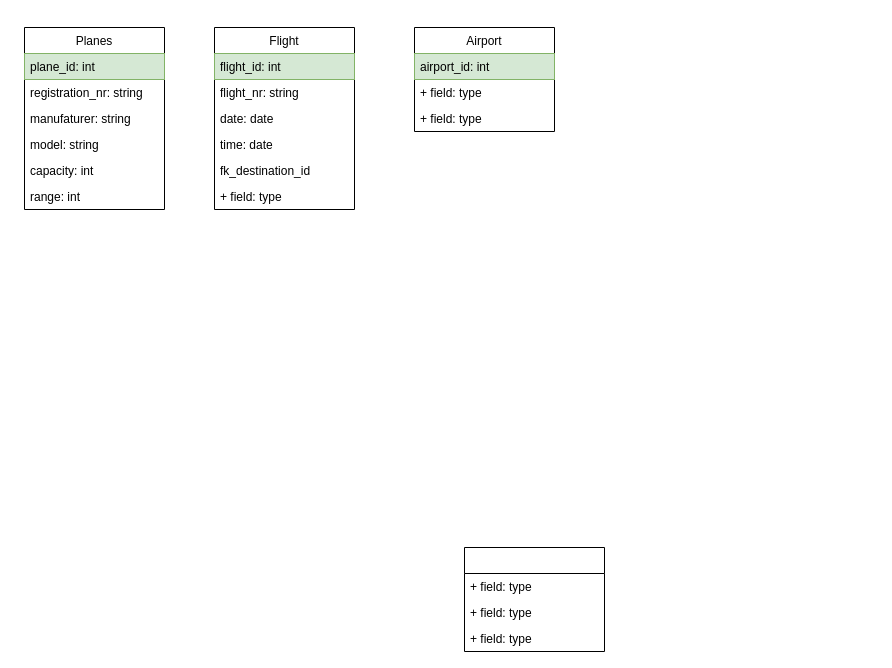
Earlier version of the draw.io diagram airlineCompany_UML.drawio (KatharinaSimma/CF-Database-Day01-Katharina-Christian). Source tidied: cells renumbered, new cells numbered last; positions are measured from the earlier drawing's top-left corner, leaving out a move shared by most shapes. Both pictures are drawn from the tidied source at 100%, with x=0, y=0 at pixel (24, 27).
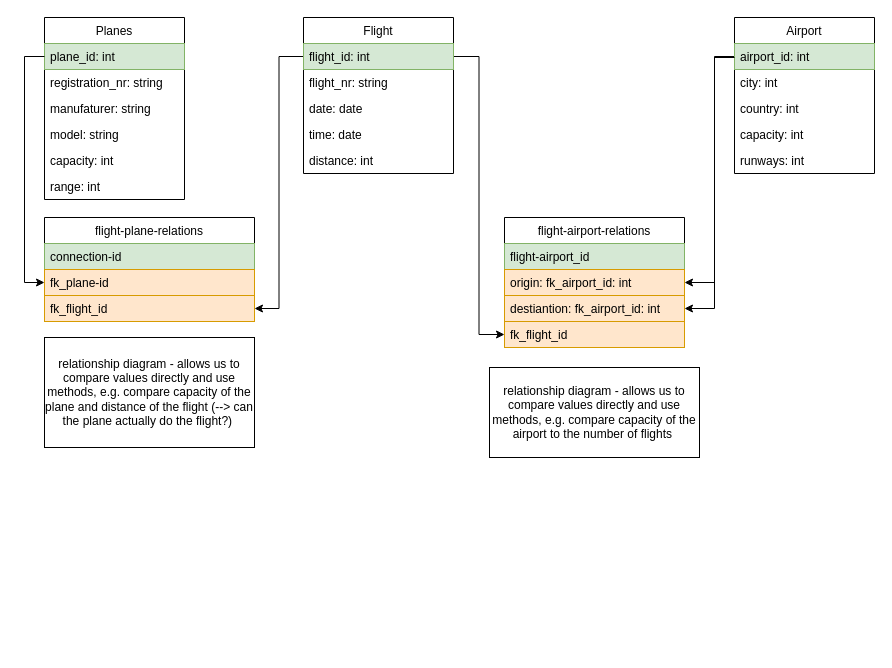
Above is the later version.

Commit message:
finish exercise

Unchanged cells that the change refers to:
```xml
<mxCell id="3" value="plane_id: int" style="text;strokeColor=#82b366;fillColor=#d5e8d4;align=left;verticalAlign=top;spacingLeft=4;spacingRight=4;overflow=hidden;points=[[0,0.5],[1,0.5]];portConstraint=eastwest;" parent="2" vertex="1">
  <mxGeometry y="26" width="140" height="26" as="geometry" />
</mxCell>
```

Diff of the diagram source:
```diff
@@
     <mxCell id="2" value="Planes" style="swimlane;fontStyle=0;horizontal=1;startSize=26;fillColor=none;" parent="1" vertex="1">
-      <mxGeometry width="140" height="182" as="geometry" />
+      <mxGeometry x="20" y="-10" width="140" height="182" as="geometry" />
     </mxCell>
@@
+    <mxCell id="24" style="edgeStyle=orthogonalEdgeStyle;rounded=0;jettySize=auto;html=1;entryX=0;entryY=0.5;entryDx=0;entryDy=0;startArrow=classic;startFill=1;endArrow=none;endFill=0;" parent="1" edge="1" source="18" target="3">
+      <mxGeometry relative="1" as="geometry" />
+    </mxCell>
+    <mxCell id="25" style="edgeStyle=orthogonalEdgeStyle;rounded=0;jettySize=auto;html=1;entryX=0;entryY=0.5;entryDx=0;entryDy=0;startArrow=classic;startFill=1;endArrow=none;endFill=0;" parent="1" edge="1" source="19" target="10">
+      <mxGeometry relative="1" as="geometry" />
+    </mxCell>
+    <mxCell id="26" style="edgeStyle=orthogonalEdgeStyle;rounded=0;jettySize=auto;html=1;entryX=0;entryY=0.5;entryDx=0;entryDy=0;startArrow=classic;startFill=1;endArrow=none;endFill=0;exitX=1;exitY=0.5;exitDx=0;exitDy=0;" parent="1" edge="1" source="31" target="21">
+      <mxGeometry relative="1" as="geometry">
+        <Array as="points">
+          <mxPoint x="690" y="255" />
+          <mxPoint x="690" y="29" />
+        </Array>
+      </mxGeometry>
+    </mxCell>
+    <mxCell id="20" value="Airport" style="swimlane;fontStyle=0;horizontal=1;startSize=26;fillColor=none;" parent="1" vertex="1">
+      <mxGeometry x="710" y="-10" width="140" height="156" as="geometry" />
+    </mxCell>
+    <mxCell id="21" value="airport_id: int" style="text;strokeColor=#82b366;fillColor=#d5e8d4;align=left;verticalAlign=top;spacingLeft=4;spacingRight=4;overflow=hidden;points=[[0,0.5],[1,0.5]];portConstraint=eastwest;" parent="20" vertex="1">
+      <mxGeometry y="26" width="140" height="26" as="geometry" />
+    </mxCell>
+    <mxCell id="22" value="city: int" style="text;strokeColor=none;fillColor=none;align=left;verticalAlign=top;spacingLeft=4;spacingRight=4;overflow=hidden;" parent="20" vertex="1">
+      <mxGeometry y="52" width="140" height="26" as="geometry" />
+    </mxCell>
+    <mxCell id="23" value="country: int" style="text;strokeColor=none;fillColor=none;align=left;verticalAlign=top;spacingLeft=4;spacingRight=4;overflow=hidden;" parent="20" vertex="1">
+      <mxGeometry y="78" width="140" height="26" as="geometry" />
+    </mxCell>
+    <mxCell id="27" value="capacity: int" style="text;strokeColor=none;fillColor=none;align=left;verticalAlign=top;spacingLeft=4;spacingRight=4;overflow=hidden;" parent="20" vertex="1">
+      <mxGeometry y="104" width="140" height="26" as="geometry" />
+    </mxCell>
+    <mxCell id="28" value="runways: int" style="text;strokeColor=none;fillColor=none;align=left;verticalAlign=top;spacingLeft=4;spacingRight=4;overflow=hidden;" parent="20" vertex="1">
+      <mxGeometry y="130" width="140" height="26" as="geometry" />
+    </mxCell>
+    <mxCell id="16" value="flight-plane-relations" style="swimlane;fontStyle=0;horizontal=1;startSize=26;fillColor=none;" parent="1" vertex="1">
+      <mxGeometry x="20" y="190" width="210" height="104" as="geometry" />
+    </mxCell>
+    <mxCell id="17" value="connection-id" style="text;strokeColor=#82b366;fillColor=#d5e8d4;align=left;verticalAlign=top;spacingLeft=4;spacingRight=4;overflow=hidden;" parent="16" vertex="1">
+      <mxGeometry y="26" width="210" height="26" as="geometry" />
+    </mxCell>
+    <mxCell id="18" value="fk_plane-id" style="text;strokeColor=#d79b00;fillColor=#ffe6cc;align=left;verticalAlign=top;spacingLeft=4;spacingRight=4;overflow=hidden;points=[[0,0.5],[1,0.5]];portConstraint=eastwest;" parent="16" vertex="1">
+      <mxGeometry y="52" width="210" height="26" as="geometry" />
+    </mxCell>
+    <mxCell id="19" value="fk_flight_id" style="text;strokeColor=#d79b00;fillColor=#ffe6cc;align=left;verticalAlign=top;spacingLeft=4;spacingRight=4;overflow=hidden;points=[[0,0.5],[1,0.5]];portConstraint=eastwest;" parent="16" vertex="1">
+      <mxGeometry y="78" width="210" height="26" as="geometry" />
+    </mxCell>
+    <mxCell id="29" value="flight-airport-relations" style="swimlane;fontStyle=0;horizontal=1;startSize=26;fillColor=none;" parent="1" vertex="1">
+      <mxGeometry x="480" y="190" width="180" height="130" as="geometry" />
+    </mxCell>
+    <mxCell id="30" value="flight-airport_id" style="text;strokeColor=#82b366;fillColor=#d5e8d4;align=left;verticalAlign=top;spacingLeft=4;spacingRight=4;overflow=hidden;" parent="29" vertex="1">
+      <mxGeometry y="26" width="180" height="26" as="geometry" />
+    </mxCell>
+    <mxCell id="31" value="origin: fk_airport_id: int" style="text;strokeColor=#d79b00;fillColor=#ffe6cc;align=left;verticalAlign=top;spacingLeft=4;spacingRight=4;overflow=hidden;points=[[0,0.5],[1,0.5]];portConstraint=eastwest;" parent="29" vertex="1">
+      <mxGeometry y="52" width="180" height="26" as="geometry" />
+    </mxCell>
+    <mxCell id="32" value="destiantion: fk_airport_id: int" style="text;strokeColor=#d79b00;fillColor=#ffe6cc;align=left;verticalAlign=top;spacingLeft=4;spacingRight=4;overflow=hidden;points=[[0,0.5],[1,0.5]];portConstraint=eastwest;" parent="29" vertex="1">
+      <mxGeometry y="78" width="180" height="26" as="geometry" />
+    </mxCell>
+    <mxCell id="33" value="fk_flight_id" style="text;strokeColor=#d79b00;fillColor=#ffe6cc;align=left;verticalAlign=top;spacingLeft=4;spacingRight=4;overflow=hidden;points=[[0,0.5],[1,0.5]];portConstraint=eastwest;" parent="29" vertex="1">
+      <mxGeometry y="104" width="180" height="26" as="geometry" />
+    </mxCell>
+    <mxCell id="34" style="edgeStyle=orthogonalEdgeStyle;rounded=0;jettySize=auto;html=1;entryX=1;entryY=0.5;entryDx=0;entryDy=0;startArrow=classic;startFill=1;endArrow=none;endFill=0;" parent="1" edge="1" source="33" target="10">
+      <mxGeometry relative="1" as="geometry" />
+    </mxCell>
+    <mxCell id="35" style="edgeStyle=orthogonalEdgeStyle;rounded=0;jettySize=auto;html=1;startArrow=classic;startFill=1;endArrow=none;endFill=0;" parent="1" edge="1" source="32">
+      <mxGeometry relative="1" as="geometry">
+        <mxPoint x="710" y="30" as="targetPoint" />
+        <Array as="points">
+          <mxPoint x="690" y="281" />
+          <mxPoint x="690" y="30" />
+        </Array>
+      </mxGeometry>
+    </mxCell>
     <mxCell id="9" value="Flight" style="swimlane;fontStyle=0;horizontal=1;startSize=26;fillColor=none;" parent="1" vertex="1">
-      <mxGeometry x="190" width="140" height="182" as="geometry" />
+      <mxGeometry x="279" y="-10" width="150" height="156" as="geometry" />
     </mxCell>
     <mxCell id="10" value="flight_id: int" style="text;strokeColor=#82b366;fillColor=#d5e8d4;align=left;verticalAlign=top;spacingLeft=4;spacingRight=4;overflow=hidden;points=[[0,0.5],[1,0.5]];portConstraint=eastwest;" parent="9" vertex="1">
-      <mxGeometry y="26" width="140" height="26" as="geometry" />
+      <mxGeometry y="26" width="150" height="26" as="geometry" />
     </mxCell>
     <mxCell id="11" value="flight_nr: string" style="text;strokeColor=none;fillColor=none;align=left;verticalAlign=top;spacingLeft=4;spacingRight=4;overflow=hidden;" parent="9" vertex="1">
-      <mxGeometry y="52" width="140" height="26" as="geometry" />
+      <mxGeometry y="52" width="150" height="26" as="geometry" />
     </mxCell>
     <mxCell id="12" value="date: date" style="text;strokeColor=none;fillColor=none;align=left;verticalAlign=top;spacingLeft=4;spacingRight=4;overflow=hidden;" parent="9" vertex="1">
-      <mxGeometry y="78" width="140" height="26" as="geometry" />
+      <mxGeometry y="78" width="150" height="26" as="geometry" />
     </mxCell>
     <mxCell id="13" value="time: date" style="text;strokeColor=none;fillColor=none;align=left;verticalAlign=top;spacingLeft=4;spacingRight=4;overflow=hidden;" parent="9" vertex="1">
-      <mxGeometry y="104" width="140" height="26" as="geometry" />
+      <mxGeometry y="104" width="150" height="26" as="geometry" />
     </mxCell>
-    <mxCell id="14" value="fk_destination_id" style="text;strokeColor=none;fillColor=none;align=left;verticalAlign=top;spacingLeft=4;spacingRight=4;overflow=hidden;" parent="9" vertex="1">
-      <mxGeometry y="130" width="140" height="26" as="geometry" />
-    </mxCell>
-    <mxCell id="15" value="+ field: type" style="text;strokeColor=none;fillColor=none;align=left;verticalAlign=top;spacingLeft=4;spacingRight=4;overflow=hidden;" parent="9" vertex="1">
-      <mxGeometry y="156" width="140" height="26" as="geometry" />
-    </mxCell>
-    <mxCell id="16" style="swimlane;fontStyle=0;horizontal=1;startSize=26;fillColor=none;" parent="1" vertex="1">
-      <mxGeometry x="440" y="520" width="140" height="104" as="geometry" />
-    </mxCell>
-    <mxCell id="17" value="+ field: type" style="text;strokeColor=none;fillColor=none;align=left;verticalAlign=top;spacingLeft=4;spacingRight=4;overflow=hidden;" parent="16" vertex="1">
-      <mxGeometry y="26" width="140" height="26" as="geometry" />
-    </mxCell>
-    <mxCell id="18" value="+ field: type" style="text;strokeColor=none;fillColor=none;align=left;verticalAlign=top;spacingLeft=4;spacingRight=4;overflow=hidden;points=[[0,0.5],[1,0.5]];portConstraint=eastwest;" parent="16" vertex="1">
-      <mxGeometry y="52" width="140" height="26" as="geometry" />
-    </mxCell>
-    <mxCell id="19" value="+ field: type" style="text;strokeColor=none;fillColor=none;align=left;verticalAlign=top;spacingLeft=4;spacingRight=4;overflow=hidden;points=[[0,0.5],[1,0.5]];portConstraint=eastwest;" parent="16" vertex="1">
-      <mxGeometry y="78" width="140" height="26" as="geometry" />
-    </mxCell>
-    <mxCell id="20" value="Airport" style="swimlane;fontStyle=0;horizontal=1;startSize=26;fillColor=none;" parent="1" vertex="1">
-      <mxGeometry x="390" width="140" height="104" as="geometry" />
-    </mxCell>
-    <mxCell id="21" value="airport_id: int" style="text;strokeColor=#82b366;fillColor=#d5e8d4;align=left;verticalAlign=top;spacingLeft=4;spacingRight=4;overflow=hidden;points=[[0,0.5],[1,0.5]];portConstraint=eastwest;" parent="20" vertex="1">
-      <mxGeometry y="26" width="140" height="26" as="geometry" />
-    </mxCell>
-    <mxCell id="22" value="+ field: type" style="text;strokeColor=none;fillColor=none;align=left;verticalAlign=top;spacingLeft=4;spacingRight=4;overflow=hidden;" parent="20" vertex="1">
-      <mxGeometry y="52" width="140" height="26" as="geometry" />
-    </mxCell>
-    <mxCell id="23" value="+ field: type" style="text;strokeColor=none;fillColor=none;align=left;verticalAlign=top;spacingLeft=4;spacingRight=4;overflow=hidden;" parent="20" vertex="1">
-      <mxGeometry y="78" width="140" height="26" as="geometry" />
-    </mxCell>
+    <mxCell id="36" value="distance: int" style="text;strokeColor=none;fillColor=none;align=left;verticalAlign=top;spacingLeft=4;spacingRight=4;overflow=hidden;" parent="9" vertex="1">
+      <mxGeometry y="130" width="150" height="26" as="geometry" />
+    </mxCell>
+    <mxCell id="37" value="relationship diagram - allows us to compare values directly and use methods, e.g. compare capacity of the plane and distance of the flight (--&amp;gt; can the plane actually do the flight?)&amp;nbsp;" style="rounded=0;whiteSpace=wrap;html=1;" parent="1" vertex="1">
+      <mxGeometry x="20" y="310" width="210" height="110" as="geometry" />
+    </mxCell>
+    <mxCell id="38" value="relationship diagram - allows us to compare values directly and use methods, e.g. compare capacity of the airport to the number of flights&amp;nbsp;" style="rounded=0;whiteSpace=wrap;html=1;" parent="1" vertex="1">
+      <mxGeometry x="465" y="340" width="210" height="90" as="geometry" />
+    </mxCell>
```
